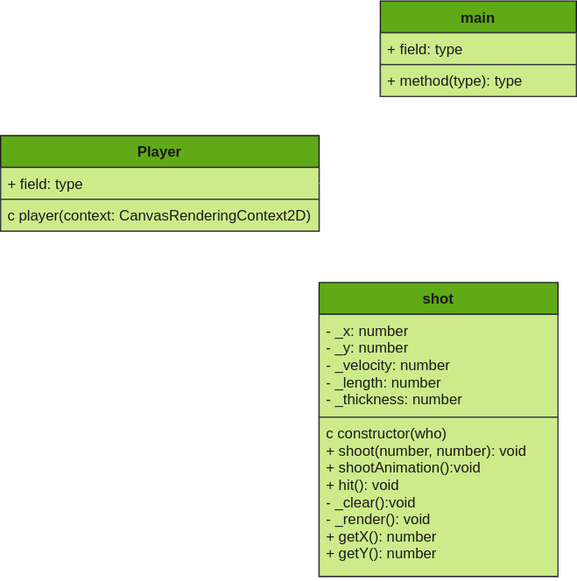
This is uml/uml.svg from Jim8Knopf/jkons-invader, a draw.io export, as it was before one commit. Source tidied: cells renumbered, new cells last; positions are measured from the earlier drawing's top-left corner, leaving out a move shared by most shapes.
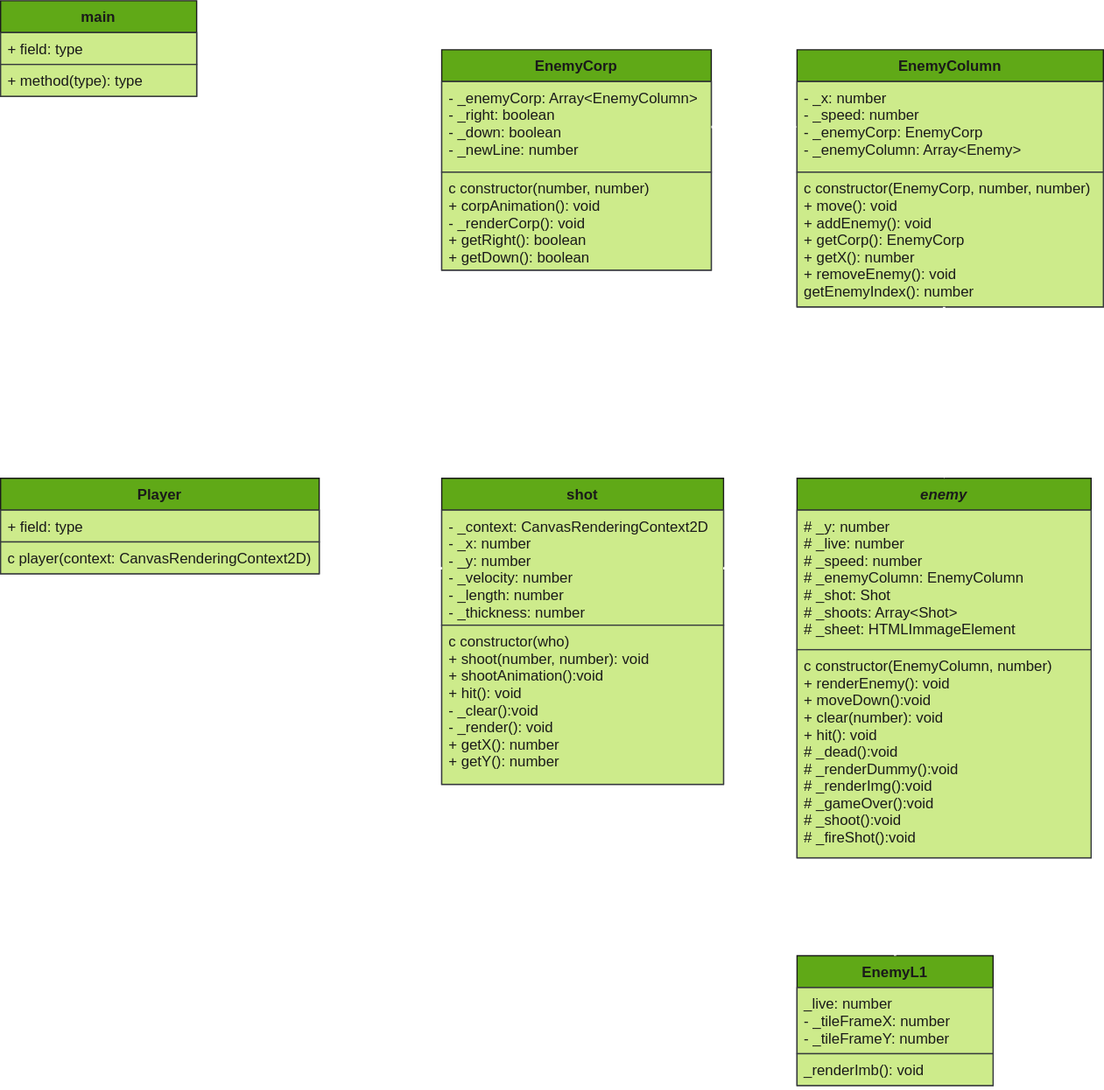
After the change.

What changed in the source:
```diff
@@ -3,7 +3,7 @@
     <mxCell id="0" />
     <mxCell id="1" parent="0" />
     <mxCell id="2" value="Player" style="swimlane;fontStyle=1;align=center;verticalAlign=top;horizontal=1;startSize=26;rounded=0;shadow=0;fontColor=#1A1A1A;strokeColor=#1A1A1A;fillColor=#60a917;swimlaneFillColor=#CDEB8B;glass=0;sketch=0;" parent="1" vertex="1">
-      <mxGeometry y="110" width="260" height="78" as="geometry" />
+      <mxGeometry x="480" y="380" width="260" height="78" as="geometry" />
     </mxCell>
     <mxCell id="3" value="+ field: type" style="text;strokeColor=#36393d;fillColor=#CDEB8B;align=left;verticalAlign=top;spacingLeft=4;spacingRight=4;overflow=hidden;points=[[0,0.5],[1,0.5]];portConstraint=eastwest;fontColor=#1A1A1A;" parent="2" vertex="1">
       <mxGeometry y="26" width="260" height="26" as="geometry" />
@@ -12,7 +12,7 @@
       <mxGeometry y="52" width="260" height="26" as="geometry" />
     </mxCell>
     <mxCell id="5" value="main" style="swimlane;fontStyle=1;align=center;verticalAlign=top;horizontal=1;startSize=26;fillColor=#60a917;rounded=0;glass=0;shadow=0;sketch=0;labelBackgroundColor=none;fontColor=#1A1A1A;swimlaneFillColor=#CDEB8B;strokeColor=#1A1A1A;" parent="1" vertex="1">
-      <mxGeometry x="310" width="160" height="78" as="geometry" />
+      <mxGeometry x="480" y="-10" width="160" height="78" as="geometry" />
     </mxCell>
     <mxCell id="6" value="+ field: type" style="text;strokeColor=#36393d;align=left;verticalAlign=top;spacingLeft=4;spacingRight=4;overflow=hidden;fontColor=#1A1A1A;fillColor=#CDEB8B;" parent="5" vertex="1">
       <mxGeometry y="26" width="160" height="26" as="geometry" />
@@ -20,17 +20,65 @@
     <mxCell id="7" value="+ method(type): type" style="text;strokeColor=#36393d;fillColor=#cdeb8b;align=left;verticalAlign=top;spacingLeft=4;spacingRight=4;overflow=hidden;fontColor=#1A1A1A;" parent="5" vertex="1">
       <mxGeometry y="52" width="160" height="26" as="geometry" />
     </mxCell>
-    <mxCell id="8" style="edgeStyle=orthogonalEdgeStyle;rounded=0;jettySize=auto;html=1;exitX=0.5;exitY=0;exitDx=0;exitDy=0;entryX=1;entryY=0.5;entryDx=0;entryDy=0;startSize=26;endArrow=diamondThin;endFill=1;strokeWidth=2;fontColor=#1A1A1A;strokeColor=#FFFFFF;" parent="1" edge="1" source="9" target="3">
-      <mxGeometry relative="1" as="geometry" />
-    </mxCell>
     <mxCell id="9" value="shot" style="swimlane;fontStyle=1;align=center;verticalAlign=top;horizontal=1;startSize=26;fillColor=#60a917;rounded=0;glass=0;shadow=0;sketch=0;labelBackgroundColor=none;fontColor=#1A1A1A;swimlaneFillColor=#CDEB8B;strokeColor=#1A1A1A;noLabel=0;" parent="1" vertex="1">
-      <mxGeometry x="260" y="230" width="195" height="240" as="geometry" />
+      <mxGeometry x="840" y="380" width="230" height="250" as="geometry" />
     </mxCell>
-    <mxCell id="10" value="- _x: number&#10;- _y: number&#10;- _velocity: number&#10;- _length: number&#10;- _thickness: number" style="text;strokeColor=#36393d;align=left;verticalAlign=top;spacingLeft=4;spacingRight=4;overflow=hidden;points=[[0,0.5],[1,0.5]];portConstraint=eastwest;fontColor=#1A1A1A;fillColor=#CDEB8B;noLabel=0;absoluteArcSize=0;backgroundOutline=0;snapToPoint=1;" parent="9" vertex="1">
-      <mxGeometry y="26" width="195" height="84" as="geometry" />
+    <mxCell id="10" value="- _context: CanvasRenderingContext2D&#10;- _x: number&#10;- _y: number&#10;- _velocity: number&#10;- _length: number&#10;- _thickness: number" style="text;strokeColor=#36393d;align=left;verticalAlign=top;spacingLeft=4;spacingRight=4;overflow=hidden;points=[[0,0.5],[1,0.5]];portConstraint=eastwest;fontColor=#1A1A1A;fillColor=#CDEB8B;noLabel=0;absoluteArcSize=0;backgroundOutline=0;snapToPoint=1;" parent="9" vertex="1">
+      <mxGeometry y="26" width="230" height="94" as="geometry" />
     </mxCell>
     <mxCell id="11" value="c constructor(who)&#10;+ shoot(number, number): void&#10;+ shootAnimation():void&#10;+ hit(): void&#10;- _clear():void&#10;- _render(): void&#10;+ getX(): number&#10;+ getY(): number&#10;" style="text;strokeColor=#36393d;fillColor=#cdeb8b;align=left;verticalAlign=top;spacingLeft=4;spacingRight=4;overflow=hidden;fontColor=#1A1A1A;" parent="9" vertex="1">
-      <mxGeometry y="110" width="195" height="130" as="geometry" />
+      <mxGeometry y="120" width="230" height="130" as="geometry" />
     </mxCell>
+    <mxCell id="12" value="enemy" style="swimlane;fontStyle=3;align=center;verticalAlign=top;horizontal=1;startSize=26;fillColor=#60a917;rounded=0;glass=0;shadow=0;sketch=0;labelBackgroundColor=none;fontColor=#1A1A1A;swimlaneFillColor=#CDEB8B;strokeColor=#1A1A1A;" parent="1" vertex="1">
+      <mxGeometry x="1130" y="380" width="240" height="310" as="geometry" />
+    </mxCell>
+    <mxCell id="13" value="# _y: number&#10;# _live: number&#10;# _speed: number&#10;# _enemyColumn: EnemyColumn&#10;# _shot: Shot&#10;# _shoots: Array&lt;Shot&gt;&#10;# _sheet: HTMLImmageElement" style="text;strokeColor=#36393d;align=left;verticalAlign=top;spacingLeft=4;spacingRight=4;overflow=hidden;points=[[0,0.5],[1,0.5]];portConstraint=eastwest;fontColor=#1A1A1A;fillColor=#CDEB8B;" parent="12" vertex="1">
+      <mxGeometry y="26" width="240" height="114" as="geometry" />
+    </mxCell>
+    <mxCell id="14" value="c constructor(EnemyColumn, number)&#10;+ renderEnemy(): void&#10;+ moveDown():void&#10;+ clear(number): void&#10;+ hit(): void&#10;# _dead():void&#10;# _renderDummy():void&#10;# _renderImg():void&#10;# _gameOver():void&#10;# _shoot():void&#10;# _fireShot():void" style="text;strokeColor=#36393d;fillColor=#cdeb8b;align=left;verticalAlign=top;spacingLeft=4;spacingRight=4;overflow=hidden;points=[[0,0.5],[1,0.5]];portConstraint=eastwest;fontColor=#1A1A1A;" parent="12" vertex="1">
+      <mxGeometry y="140" width="240" height="170" as="geometry" />
+    </mxCell>
+    <mxCell id="15" value="EnemyL1" style="swimlane;fontStyle=1;align=center;verticalAlign=top;horizontal=1;startSize=26;fillColor=#60a917;rounded=0;glass=0;shadow=0;sketch=0;labelBackgroundColor=none;fontColor=#1A1A1A;swimlaneFillColor=#CDEB8B;strokeColor=#1A1A1A;" parent="1" vertex="1">
+      <mxGeometry x="1130" y="770" width="160" height="106" as="geometry" />
+    </mxCell>
+    <mxCell id="16" value="_live: number&#10;- _tileFrameX: number&#10;- _tileFrameY: number" style="text;strokeColor=#36393d;align=left;verticalAlign=top;spacingLeft=4;spacingRight=4;overflow=hidden;fontColor=#1A1A1A;fillColor=#CDEB8B;" parent="15" vertex="1">
+      <mxGeometry y="26" width="160" height="54" as="geometry" />
+    </mxCell>
+    <mxCell id="17" value="_renderImb(): void" style="text;strokeColor=#36393d;fillColor=#cdeb8b;align=left;verticalAlign=top;spacingLeft=4;spacingRight=4;overflow=hidden;fontColor=#1A1A1A;" parent="15" vertex="1">
+      <mxGeometry y="80" width="160" height="26" as="geometry" />
+    </mxCell>
+    <mxCell id="18" style="endArrow=block;endSize=16;endFill=0;html=1;strokeColor=#FFFFFF;strokeWidth=2;exitX=0.5;exitY=0;exitDx=0;exitDy=0;entryX=0.335;entryY=1.025;entryDx=0;entryDy=0;entryPerimeter=0;fontColor=#FFFFFF;labelBackgroundColor=#ffffff;jumpStyle=gap;jumpSize=16;shadow=0;sketch=0;labelBorderColor=#000000;" parent="1" edge="1" source="15" target="14">
+      <mxGeometry relative="1" as="geometry" />
+    </mxCell>
+    <mxCell id="19" value="EnemyColumn" style="swimlane;fontStyle=1;align=center;verticalAlign=top;horizontal=1;startSize=26;fillColor=#60a917;rounded=0;glass=0;shadow=0;sketch=0;labelBackgroundColor=none;fontColor=#1A1A1A;swimlaneFillColor=#CDEB8B;strokeColor=#1A1A1A;" parent="1" vertex="1">
+      <mxGeometry x="1130" y="30" width="250" height="210" as="geometry" />
+    </mxCell>
+    <mxCell id="20" value="- _x: number&#10;- _speed: number&#10;- _enemyCorp: EnemyCorp&#10;- _enemyColumn: Array&lt;Enemy&gt;" style="text;strokeColor=#36393d;align=left;verticalAlign=top;spacingLeft=4;spacingRight=4;overflow=hidden;points=[[0,0.5],[1,0.5]];portConstraint=eastwest;fontColor=#1A1A1A;fillColor=#CDEB8B;" parent="19" vertex="1">
+      <mxGeometry y="26" width="250" height="74" as="geometry" />
+    </mxCell>
+    <mxCell id="21" value="c constructor(EnemyCorp, number, number)&#10;+ move(): void&#10;+ addEnemy(): void&#10;+ getCorp(): EnemyCorp&#10;+ getX(): number&#10;+ removeEnemy(): void&#10;getEnemyIndex(): number" style="text;strokeColor=#36393d;fillColor=#cdeb8b;align=left;verticalAlign=top;spacingLeft=4;spacingRight=4;overflow=hidden;points=[[0,0.5],[1,0.5]];portConstraint=eastwest;fontColor=#1A1A1A;" parent="19" vertex="1">
+      <mxGeometry y="100" width="250" height="110" as="geometry" />
+    </mxCell>
+    <mxCell id="22" style="edgeStyle=orthogonalEdgeStyle;rounded=0;jettySize=auto;html=1;entryX=0.5;entryY=0;entryDx=0;entryDy=0;endArrow=diamondThin;endFill=1;fontColor=#1A1A1A;strokeColor=#FFFFFF;strokeWidth=2;jumpStyle=none;exitX=0.48;exitY=1;exitDx=0;exitDy=0;exitPerimeter=0;" parent="1" edge="1" source="21" target="12">
+      <mxGeometry relative="1" as="geometry" />
+    </mxCell>
+    <mxCell id="23" value="EnemyCorp" style="swimlane;fontStyle=1;align=center;verticalAlign=top;horizontal=1;startSize=26;fillColor=#60a917;rounded=0;glass=0;shadow=0;sketch=0;labelBackgroundColor=none;fontColor=#1A1A1A;swimlaneFillColor=#CDEB8B;strokeColor=#1A1A1A;" parent="1" vertex="1">
+      <mxGeometry x="840" y="30" width="220" height="180" as="geometry" />
+    </mxCell>
+    <mxCell id="24" value="- _enemyCorp: Array&lt;EnemyColumn&gt;&#10;- _right: boolean&#10;- _down: boolean&#10;- _newLine: number" style="text;strokeColor=#36393d;align=left;verticalAlign=top;spacingLeft=4;spacingRight=4;overflow=hidden;points=[[0,0.5],[1,0.5]];portConstraint=eastwest;fontColor=#1A1A1A;fillColor=#CDEB8B;" parent="23" vertex="1">
+      <mxGeometry y="26" width="220" height="74" as="geometry" />
+    </mxCell>
+    <mxCell id="25" value="c constructor(number, number)&#10;+ corpAnimation(): void&#10;- _renderCorp(): void&#10;+ getRight(): boolean&#10;+ getDown(): boolean" style="text;strokeColor=#36393d;fillColor=#cdeb8b;align=left;verticalAlign=top;spacingLeft=4;spacingRight=4;overflow=hidden;fontColor=#1A1A1A;" parent="23" vertex="1">
+      <mxGeometry y="100" width="220" height="80" as="geometry" />
+    </mxCell>
+    <mxCell id="26" style="edgeStyle=orthogonalEdgeStyle;rounded=0;jettySize=auto;html=1;entryX=0;entryY=0.5;entryDx=0;entryDy=0;endArrow=diamondThin;endFill=1;fontColor=#1A1A1A;strokeColor=#FFFFFF;strokeWidth=2;jumpStyle=none;exitX=1;exitY=0.5;exitDx=0;exitDy=0;" parent="1" edge="1" source="24" target="20">
+      <mxGeometry relative="1" as="geometry" />
+    </mxCell>
+    <mxCell id="27" style="edgeStyle=orthogonalEdgeStyle;rounded=0;sketch=0;jumpStyle=gap;jumpSize=16;jettySize=auto;html=1;shadow=0;labelBackgroundColor=#ffffff;endArrow=diamondThin;endFill=1;strokeColor=#FFFFFF;strokeWidth=2;fontColor=#FFFFFF;entryX=-0.016;entryY=0.41;entryDx=0;entryDy=0;entryPerimeter=0;" parent="1" edge="1" source="10" target="13">
+      <mxGeometry relative="1" as="geometry" />
+    </mxCell>
+    <mxCell id="28" style="edgeStyle=orthogonalEdgeStyle;rounded=0;sketch=0;jumpStyle=gap;jumpSize=16;jettySize=auto;html=1;shadow=0;labelBackgroundColor=#ffffff;endArrow=diamondThin;endFill=1;strokeColor=#FFFFFF;strokeWidth=2;fontColor=#FFFFFF;entryX=1.01;entryY=0.874;entryDx=0;entryDy=0;entryPerimeter=0;" parent="1" edge="1" source="10" target="4">
+      <mxGeometry relative="1" as="geometry" />
+    </mxCell>
   </root>
 </mxGraphModel>
```
